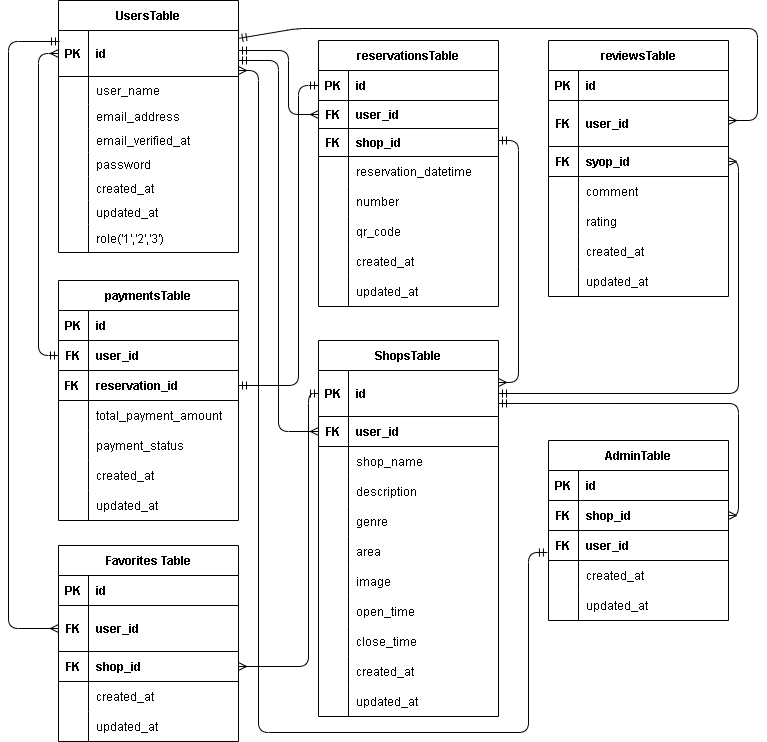
Above: src/rese.drawio.png in ponponmama/2024-07-13 (draw.io), before the change. Source tidied: cells renumbered, new cells last; positions are measured from the earlier drawing's top-left corner, leaving out a move shared by most shapes.
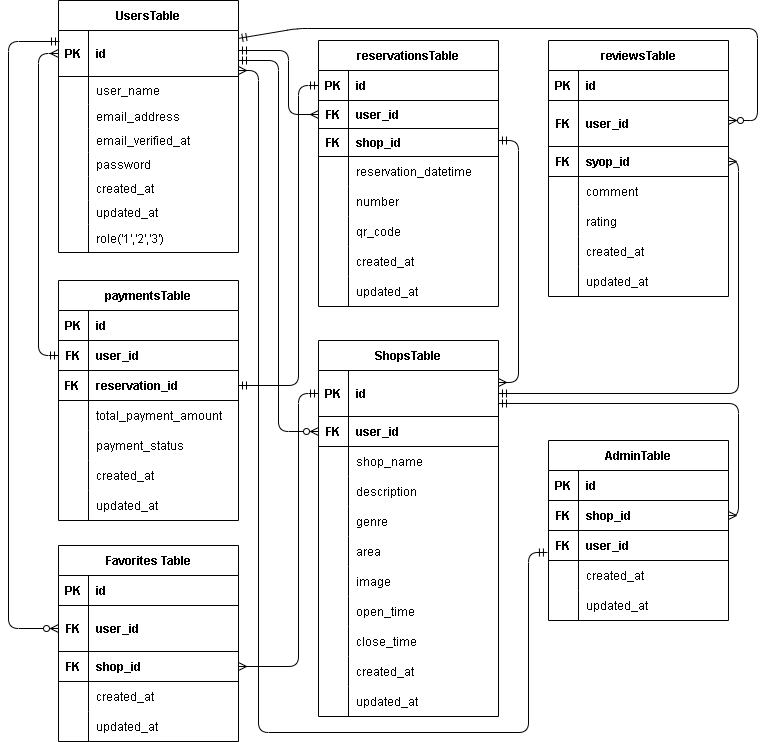
Later version of the same file.

Commit message:
rese修正アップデート

Diff of the diagram source:
```diff
@@ -77,7 +77,7 @@
     <mxCell id="26" value="role('1','2','3')" style="shape=partialRectangle;fillColor=none;top=0;left=0;bottom=0;right=0;align=left;spacingLeft=6;overflow=hidden;labelBackgroundColor=none;strokeColor=#000000;strokeWidth=1;fontColor=#000000;fontSize=12;" parent="24" vertex="1">
       <mxGeometry x="30" width="150" height="28" as="geometry" />
     </mxCell>
-    <mxCell id="27" style="edgeStyle=orthogonalEdgeStyle;fontSize=12;html=1;endArrow=ERmany;strokeColor=#000000;strokeWidth=1;fontColor=default;startArrow=ERmandOne;startFill=0;entryX=0;entryY=0.5;entryDx=0;entryDy=0;" parent="2" edge="1" target="160">
+    <mxCell id="27" style="edgeStyle=orthogonalEdgeStyle;fontSize=12;html=1;endArrow=ERzeroToMany;strokeColor=#000000;strokeWidth=1;fontColor=default;startArrow=ERmandOne;startFill=0;entryX=0;entryY=0.5;entryDx=0;entryDy=0;endFill=0;" parent="2" edge="1" target="160">
       <mxGeometry relative="1" as="geometry">
         <mxPoint x="1" y="41" as="sourcePoint" />
         <Array as="points">
@@ -350,7 +350,7 @@
         </Array>
       </mxGeometry>
     </mxCell>
-    <mxCell id="114" style="fontSize=12;html=1;endArrow=ERmany;startArrow=ERmandOne;startFill=0;strokeColor=#000000;strokeWidth=1;fontColor=default;" parent="1" edge="1" source="3">
+    <mxCell id="114" style="fontSize=12;html=1;endArrow=ERzeroToMany;startArrow=ERmandOne;startFill=0;strokeColor=#000000;strokeWidth=1;fontColor=default;endFill=0;" parent="1" edge="1" source="3">
       <mxGeometry relative="1" as="geometry">
         <mxPoint x="720" y="120" as="targetPoint" />
         <Array as="points">
@@ -488,7 +488,7 @@
         </Array>
       </mxGeometry>
     </mxCell>
-    <mxCell id="153" style="edgeStyle=orthogonalEdgeStyle;fontSize=12;html=1;endArrow=ERmany;strokeColor=#000000;strokeWidth=1;fontColor=default;exitX=0;exitY=0.5;exitDx=0;exitDy=0;startArrow=ERmandOne;startFill=0;entryX=0;entryY=0.5;entryDx=0;entryDy=0;" parent="1" edge="1" source="95" target="3">
+    <mxCell id="153" style="edgeStyle=orthogonalEdgeStyle;fontSize=12;html=1;endArrow=ERmany;strokeColor=#000000;strokeWidth=1;fontColor=default;exitX=0;exitY=0.5;exitDx=0;exitDy=0;startArrow=ERmandOne;startFill=0;entryX=0;entryY=0.5;entryDx=0;entryDy=0;endFill=0;" parent="1" edge="1" source="95" target="3">
       <mxGeometry relative="1" as="geometry">
         <Array as="points">
           <mxPoint x="30" y="355" />
@@ -504,7 +504,7 @@
         </Array>
       </mxGeometry>
     </mxCell>
-    <mxCell id="155" style="edgeStyle=orthogonalEdgeStyle;fontSize=12;html=1;endArrow=ERmany;entryX=0;entryY=0.5;entryDx=0;entryDy=0;startArrow=ERmandOne;startFill=0;strokeColor=#000000;exitX=1;exitY=0.652;exitDx=0;exitDy=0;exitPerimeter=0;" parent="1" edge="1" source="3" target="119">
+    <mxCell id="155" style="edgeStyle=orthogonalEdgeStyle;fontSize=12;html=1;endArrow=ERzeroToMany;entryX=0;entryY=0.5;entryDx=0;entryDy=0;startArrow=ERmandOne;startFill=0;strokeColor=#000000;exitX=1;exitY=0.652;exitDx=0;exitDy=0;exitPerimeter=0;endFill=0;" parent="1" edge="1" source="3" target="119">
       <mxGeometry relative="1" as="geometry">
         <Array as="points">
           <mxPoint x="270" y="60" />
@@ -563,8 +563,8 @@
     <mxCell id="172" style="edgeStyle=orthogonalEdgeStyle;fontSize=12;html=1;endArrow=ERmandOne;fontColor=#FF0000;exitX=1;exitY=0.5;exitDx=0;exitDy=0;strokeColor=#000000;startArrow=ERmany;startFill=0;entryX=0;entryY=0.5;entryDx=0;entryDy=0;" parent="1" edge="1" source="163" target="116">
       <mxGeometry relative="1" as="geometry">
         <Array as="points">
-          <mxPoint x="300" y="666" />
-          <mxPoint x="300" y="393" />
+          <mxPoint x="290" y="666" />
+          <mxPoint x="290" y="393" />
         </Array>
       </mxGeometry>
     </mxCell>
```
